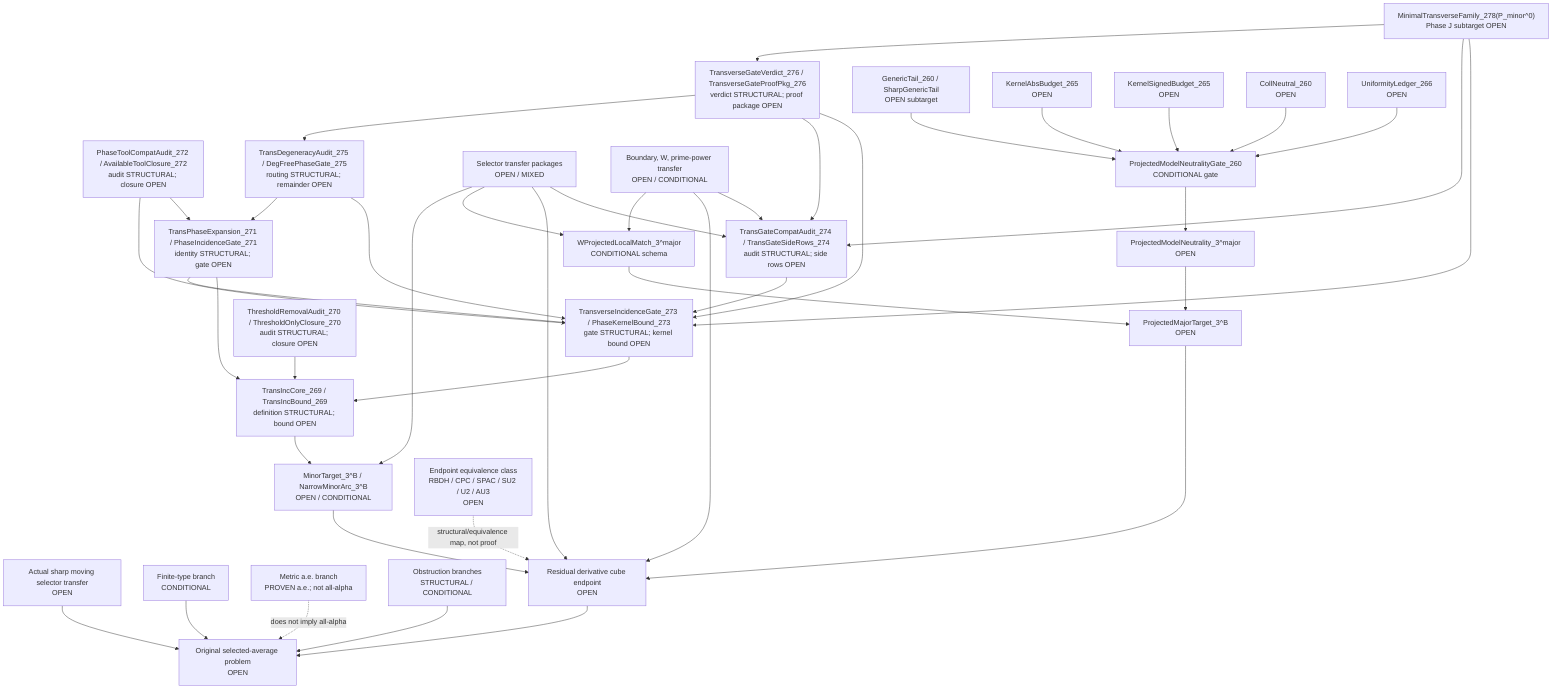
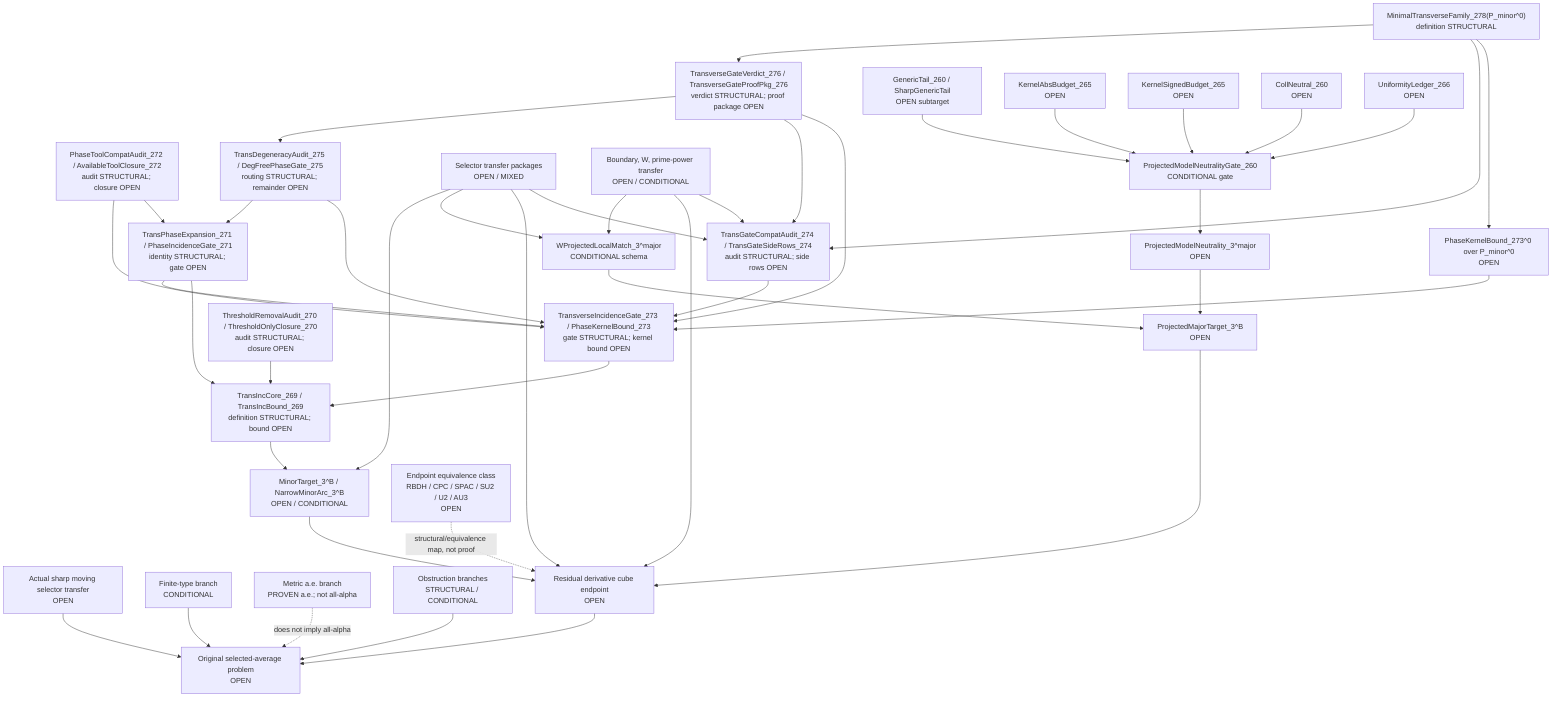
flowchart TD
  Original["Original selected-average problem<br/>OPEN"]
  SharpSel["Actual sharp moving selector transfer<br/>OPEN"]
  FiniteType["Finite-type branch<br/>CONDITIONAL"]
  Metric["Metric a.e. branch<br/>PROVEN a.e.; not all-alpha"]
  Obstruction["Obstruction branches<br/>STRUCTURAL / CONDITIONAL"]

  ResCube["Residual derivative cube endpoint<br/>OPEN"]
  MajorTarget["ProjectedMajorTarget_3^B<br/>OPEN"]
  MinorTarget["MinorTarget_3^B / NarrowMinorArc_3^B<br/>OPEN / CONDITIONAL"]
  TransInc["TransIncCore_269 / TransIncBound_269<br/>definition STRUCTURAL; bound OPEN"]
  ThresholdAudit["ThresholdRemovalAudit_270 / ThresholdOnlyClosure_270<br/>audit STRUCTURAL; closure OPEN"]
  PhaseExpansion["TransPhaseExpansion_271 / PhaseIncidenceGate_271<br/>identity STRUCTURAL; gate OPEN"]
  ToolCompat["PhaseToolCompatAudit_272 / AvailableToolClosure_272<br/>audit STRUCTURAL; closure OPEN"]
  TransGate["TransverseIncidenceGate_273 / PhaseKernelBound_273<br/>gate STRUCTURAL; kernel bound OPEN"]
  TransGateCompat["TransGateCompatAudit_274 / TransGateSideRows_274<br/>audit STRUCTURAL; side rows OPEN"]
  DegAudit["TransDegeneracyAudit_275 / DegFreePhaseGate_275<br/>routing STRUCTURAL; remainder OPEN"]
  TransVerdict["TransverseGateVerdict_276 / TransverseGateProofPkg_276<br/>verdict STRUCTURAL; proof package OPEN"]
-   MinTransFamily["MinimalTransverseFamily_278(P_minor^0)<br/>Phase J subtarget OPEN"]
+   MinTransFamily["MinimalTransverseFamily_278(P_minor^0)<br/>definition STRUCTURAL"]
+   PhaseKernel0["PhaseKernelBound_273^0 over P_minor^0<br/>OPEN"]
  SelectorTransfer["Selector transfer packages<br/>OPEN / MIXED"]
  BoundaryTransfer["Boundary, W, prime-power transfer<br/>OPEN / CONDITIONAL"]

  WLocal["WProjectedLocalMatch_3^major<br/>CONDITIONAL schema"]
  ModelNeutral["ProjectedModelNeutrality_3^major<br/>OPEN"]
  PMNGate["ProjectedModelNeutralityGate_260<br/>CONDITIONAL gate"]
  GenericTail["GenericTail_260 / SharpGenericTail<br/>OPEN subtarget"]
  KernelAbs["KernelAbsBudget_265<br/>OPEN"]
  KernelSigned["KernelSignedBudget_265<br/>OPEN"]
  CollNeutral["CollNeutral_260<br/>OPEN"]
  Uniformity["UniformityLedger_266<br/>OPEN"]

  EndpointClass["Endpoint equivalence class<br/>RBDH / CPC / SPAC / SU2 / U2 / AU3<br/>OPEN"]

  SharpSel --> Original
  FiniteType --> Original
  Obstruction --> Original
  ResCube --> Original
  Metric -. "does not imply all-alpha" .-> Original

  MajorTarget --> ResCube
  MinorTarget --> ResCube
  TransInc --> MinorTarget
  ThresholdAudit --> TransInc
  PhaseExpansion --> TransInc
  ToolCompat --> PhaseExpansion
  TransGate --> TransInc
  PhaseExpansion --> TransGate
  ToolCompat --> TransGate
  TransGateCompat --> TransGate
  SelectorTransfer --> TransGateCompat
  BoundaryTransfer --> TransGateCompat
  DegAudit --> TransGate
  DegAudit --> PhaseExpansion
  TransVerdict --> TransGate
  TransVerdict --> TransGateCompat
  TransVerdict --> DegAudit
-   MinTransFamily --> TransGate
+   PhaseKernel0 --> TransGate
+   MinTransFamily --> PhaseKernel0
  MinTransFamily --> TransGateCompat
  MinTransFamily --> TransVerdict
  SelectorTransfer --> ResCube
  BoundaryTransfer --> ResCube
  EndpointClass -. "structural/equivalence map, not proof" .-> ResCube

  WLocal --> MajorTarget
  ModelNeutral --> MajorTarget

  PMNGate --> ModelNeutral
  GenericTail --> PMNGate
  KernelAbs --> PMNGate
  KernelSigned --> PMNGate
  CollNeutral --> PMNGate
  Uniformity --> PMNGate

  BoundaryTransfer --> WLocal
  SelectorTransfer --> WLocal
  SelectorTransfer --> MinorTarget
